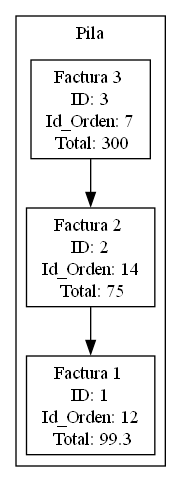
Earlier version of the Graphviz export Fase1/AutoGestPro/reports/Invoices.png (EstebanSNZT/-EDD-1S2025_202300769). Its source is kept beside it as Fase1/AutoGestPro/reports/Invoices.dot.
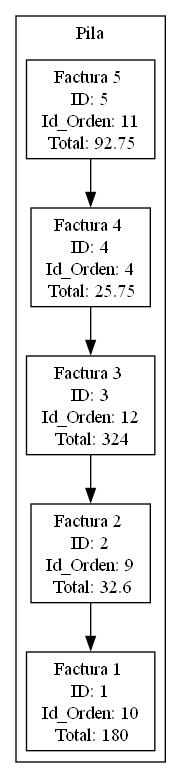
Later version of the same file.

What changed in the source:
```diff
@@ -3,9 +3,13 @@
     rankdir=TB;
     subgraph cluster_0 {
         label = "Pila";
-        n3 [label = "{<data> Factura 3 \n ID: 3 \n Id_Orden: 7 \n Total: 300}"];
-        n2 [label = "{<data> Factura 2 \n ID: 2 \n Id_Orden: 14 \n Total: 75}"];
-        n1 [label = "{<data> Factura 1 \n ID: 1 \n Id_Orden: 12 \n Total: 99.3}"];
+        n5 [label = "{<data> Factura 5 \n ID: 5 \n Id_Orden: 11 \n Total: 92.75}"];
+        n4 [label = "{<data> Factura 4 \n ID: 4 \n Id_Orden: 4 \n Total: 25.75}"];
+        n3 [label = "{<data> Factura 3 \n ID: 3 \n Id_Orden: 12 \n Total: 324}"];
+        n2 [label = "{<data> Factura 2 \n ID: 2 \n Id_Orden: 9 \n Total: 32.6}"];
+        n1 [label = "{<data> Factura 1 \n ID: 1 \n Id_Orden: 10 \n Total: 180}"];
+        n5 -> n4;
+        n4 -> n3;
         n3 -> n2;
         n2 -> n1;
     }
```
